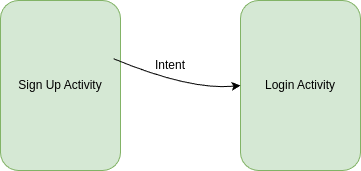
Earlier version of the draw.io export report-imgs/team9_activities_and_intents.png (BadWolf02/LetMeCook). Source tidied: cells renumbered, new cells last; positions are measured from the earlier drawing's top-left corner, leaving out a move shared by most shapes. Its diagram source:
```xml
<mxGraphModel>
  <root>
    <mxCell id="0" />
    <mxCell id="1" parent="0" />
    <mxCell id="2" value="Login Activity" style="rounded=1;whiteSpace=wrap;html=1;fillColor=#d5e8d4;strokeColor=#82b366;" parent="1" vertex="1">
      <mxGeometry x="240" width="120" height="170" as="geometry" />
    </mxCell>
    <mxCell id="3" value="Sign Up Activity" style="rounded=1;whiteSpace=wrap;html=1;fillColor=#d5e8d4;strokeColor=#82b366;" parent="1" vertex="1">
      <mxGeometry width="120" height="170" as="geometry" />
    </mxCell>
    <mxCell id="4" style="curved=1;endArrow=classic;html=1;rounded=0;entryX=0;entryY=0.5;entryDx=0;entryDy=0;exitX=0.943;exitY=0.343;exitDx=0;exitDy=0;exitPerimeter=0;" parent="1" edge="1" source="3" target="2">
      <mxGeometry relative="1" as="geometry">
        <Array as="points">
          <mxPoint x="190" y="90" />
        </Array>
      </mxGeometry>
    </mxCell>
    <mxCell id="5" value="Intent" style="text;html=1;align=center;verticalAlign=middle;whiteSpace=wrap;rounded=0;" parent="1" vertex="1">
      <mxGeometry x="140" y="50" width="60" height="30" as="geometry" />
    </mxCell>
  </root>
</mxGraphModel>
```
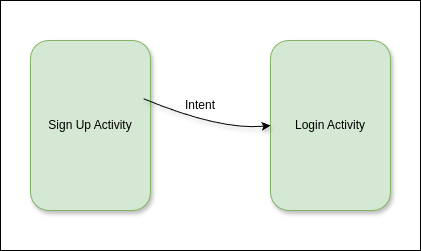
The same diagram one commit later.

Commit message:
uploade right image for intents and activities

Diff of the diagram source:
```diff
@@ -2,20 +2,23 @@
   <root>
     <mxCell id="0" />
     <mxCell id="1" parent="0" />
+    <mxCell id="6" style="rounded=0;whiteSpace=wrap;html=1;" parent="1" vertex="1">
+      <mxGeometry x="-30" y="-40" width="420" height="250" as="geometry" />
+    </mxCell>
-    <mxCell id="2" value="Login Activity" style="rounded=1;whiteSpace=wrap;html=1;fillColor=#d5e8d4;strokeColor=#82b366;" parent="1" vertex="1">
+    <mxCell id="2" value="Login Activity" style="rounded=1;whiteSpace=wrap;html=1;fillColor=#d5e8d4;strokeColor=#82b366;shadow=1;" parent="1" vertex="1">
       <mxGeometry x="240" width="120" height="170" as="geometry" />
     </mxCell>
-    <mxCell id="3" value="Sign Up Activity" style="rounded=1;whiteSpace=wrap;html=1;fillColor=#d5e8d4;strokeColor=#82b366;" parent="1" vertex="1">
+    <mxCell id="3" value="Sign Up Activity" style="rounded=1;whiteSpace=wrap;html=1;fillColor=#d5e8d4;strokeColor=#82b366;shadow=1;" parent="1" vertex="1">
       <mxGeometry width="120" height="170" as="geometry" />
     </mxCell>
-    <mxCell id="4" style="curved=1;endArrow=classic;html=1;rounded=0;entryX=0;entryY=0.5;entryDx=0;entryDy=0;exitX=0.943;exitY=0.343;exitDx=0;exitDy=0;exitPerimeter=0;" parent="1" edge="1" source="3" target="2">
+    <mxCell id="4" style="curved=1;endArrow=classic;html=1;rounded=0;entryX=0;entryY=0.5;entryDx=0;entryDy=0;exitX=0.943;exitY=0.343;exitDx=0;exitDy=0;exitPerimeter=0;shadow=1;" parent="1" edge="1" source="3" target="2">
       <mxGeometry relative="1" as="geometry">
         <Array as="points">
           <mxPoint x="190" y="90" />
         </Array>
       </mxGeometry>
     </mxCell>
-    <mxCell id="5" value="Intent" style="text;html=1;align=center;verticalAlign=middle;whiteSpace=wrap;rounded=0;" parent="1" vertex="1">
+    <mxCell id="5" value="Intent" style="text;html=1;align=center;verticalAlign=middle;whiteSpace=wrap;rounded=0;shadow=1;" parent="1" vertex="1">
       <mxGeometry x="140" y="50" width="60" height="30" as="geometry" />
     </mxCell>
   </root>
```
